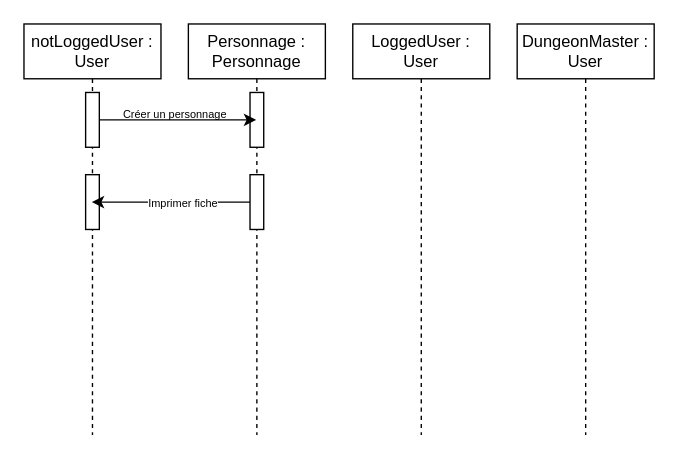
The draw.io diagram page "Sequence Diagram" (4 of 4) of coo_tp1_cas_utilisation.drawio in liestig/coo_ap5_tp, before the edit. Source tidied: cells renumbered, new cells numbered last; positions are measured from the earlier drawing's top-left corner, leaving out a move shared by most shapes. Both pictures are drawn from the tidied source at 137%, with x=0, y=0 at pixel (23, 23).
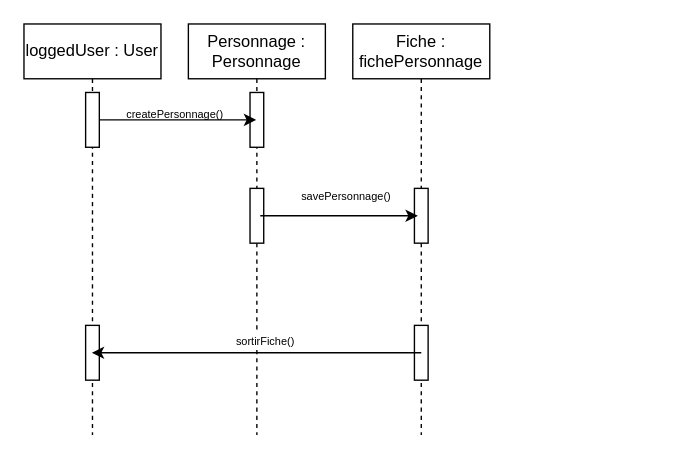
The same diagram, later.

Unchanged cells that the change refers to:
```xml
<mxCell id="5" value="Personnage : Personnage" style="shape=umlLifeline;perimeter=lifelinePerimeter;whiteSpace=wrap;html=1;outlineConnect=0;portConstraint=eastwest;newEdgeStyle={&quot;edgeStyle&quot;:&quot;elbowEdgeStyle&quot;,&quot;elbow&quot;:&quot;vertical&quot;,&quot;curved&quot;:0,&quot;rounded&quot;:0};" parent="1" vertex="1">
  <mxGeometry x="120" width="100" height="300" as="geometry" />
</mxCell>
```

Change to the diagram source:
```diff
@@
-    <mxCell id="2" value="notLoggedUser : User" style="shape=umlLifeline;perimeter=lifelinePerimeter;whiteSpace=wrap;html=1;outlineConnect=0;portConstraint=eastwest;newEdgeStyle={&quot;edgeStyle&quot;:&quot;elbowEdgeStyle&quot;,&quot;elbow&quot;:&quot;vertical&quot;,&quot;curved&quot;:0,&quot;rounded&quot;:0};" parent="1" vertex="1">
+    <mxCell id="2" value="loggedUser : User" style="shape=umlLifeline;perimeter=lifelinePerimeter;whiteSpace=wrap;html=1;outlineConnect=0;portConstraint=eastwest;newEdgeStyle={&quot;edgeStyle&quot;:&quot;elbowEdgeStyle&quot;,&quot;elbow&quot;:&quot;vertical&quot;,&quot;curved&quot;:0,&quot;rounded&quot;:0};" parent="1" vertex="1">
       <mxGeometry width="100" height="300" as="geometry" />
     </mxCell>
@@
     <mxCell id="4" style="html=1;perimeter=orthogonalPerimeter;targetShapes=umlLifeline;newEdgeStyle={&quot;curved&quot;:0,&quot;rounded&quot;:0};" parent="2" vertex="1">
-      <mxGeometry x="45" y="110" width="10" height="40" as="geometry" />
+      <mxGeometry x="45" y="220" width="10" height="40" as="geometry" />
     </mxCell>
@@
+    <mxCell id="14" style="html=1;perimeter=orthogonalPerimeter;targetShapes=umlLifeline;newEdgeStyle={&quot;curved&quot;:0,&quot;rounded&quot;:0};" parent="5" vertex="1">
+      <mxGeometry x="45" y="120" width="10" height="40" as="geometry" />
+    </mxCell>
+    <mxCell id="8" value="Fiche : fichePersonnage" style="shape=umlLifeline;perimeter=lifelinePerimeter;whiteSpace=wrap;html=1;newEdgeStyle={&quot;edgeStyle&quot;:&quot;elbowEdgeStyle&quot;,&quot;elbow&quot;:&quot;vertical&quot;,&quot;curved&quot;:0,&quot;rounded&quot;:0};" parent="1" vertex="1">
+      <mxGeometry x="240" width="100" height="300" as="geometry" />
+    </mxCell>
-    <mxCell id="7" style="html=1;points=[[0,0,0,0,5],[0,1,0,0,-5],[1,0,0,0,5],[1,1,0,0,-5]];perimeter=orthogonalPerimeter;outlineConnect=0;targetShapes=umlLifeline;portConstraint=eastwest;newEdgeStyle={&quot;curved&quot;:0,&quot;rounded&quot;:0};" parent="5" vertex="1">
-      <mxGeometry x="45" y="110" width="10" height="40" as="geometry" />
+    <mxCell id="7" style="html=1;points=[[0,0,0,0,5],[0,1,0,0,-5],[1,0,0,0,5],[1,1,0,0,-5]];perimeter=orthogonalPerimeter;outlineConnect=0;targetShapes=umlLifeline;portConstraint=eastwest;newEdgeStyle={&quot;curved&quot;:0,&quot;rounded&quot;:0};" parent="8" vertex="1">
+      <mxGeometry x="45" y="220" width="10" height="40" as="geometry" />
     </mxCell>
-    <mxCell id="8" value="LoggedUser : User" style="shape=umlLifeline;perimeter=lifelinePerimeter;whiteSpace=wrap;html=1;newEdgeStyle={&quot;edgeStyle&quot;:&quot;elbowEdgeStyle&quot;,&quot;elbow&quot;:&quot;vertical&quot;,&quot;curved&quot;:0,&quot;rounded&quot;:0};" parent="1" vertex="1">
-      <mxGeometry x="240" width="100" height="300" as="geometry" />
-    </mxCell>
-    <mxCell id="9" value="DungeonMaster : User" style="shape=umlLifeline;perimeter=lifelinePerimeter;whiteSpace=wrap;html=1;newEdgeStyle={&quot;edgeStyle&quot;:&quot;elbowEdgeStyle&quot;,&quot;elbow&quot;:&quot;vertical&quot;,&quot;curved&quot;:0,&quot;rounded&quot;:0};" parent="1" vertex="1">
-      <mxGeometry x="360" width="100" height="300" as="geometry" />
-    </mxCell>
+    <mxCell id="15" style="html=1;perimeter=orthogonalPerimeter;targetShapes=umlLifeline;newEdgeStyle={&quot;curved&quot;:0,&quot;rounded&quot;:0};" parent="8" vertex="1">
+      <mxGeometry x="45" y="120" width="10" height="40" as="geometry" />
+    </mxCell>
@@
-    <mxCell id="11" value="&lt;font style=&quot;font-size: 8px;&quot;&gt;Créer un personnage&lt;/font&gt;" style="text;html=1;align=center;verticalAlign=middle;strokeColor=none;fillColor=none;" parent="1" vertex="1">
-      <mxGeometry x="60" y="50" width="100" height="30" as="geometry" />
+    <mxCell id="11" value="&lt;font style=&quot;font-size: 8px;&quot;&gt;createPersonnage()&lt;/font&gt;" style="text;html=1;align=center;verticalAlign=middle;strokeColor=none;fillColor=none;" parent="1" vertex="1">
+      <mxGeometry x="65" y="50" width="90" height="30" as="geometry" />
     </mxCell>
-    <mxCell id="12" style="edgeStyle=orthogonalEdgeStyle;rounded=0;jettySize=auto;html=1;curved=0;" parent="1" edge="1" source="7" target="2">
+    <mxCell id="12" style="edgeStyle=orthogonalEdgeStyle;rounded=0;orthogonalLoop=1;jettySize=auto;html=1;curved=0;" parent="1" edge="1">
       <mxGeometry relative="1" as="geometry">
+        <mxPoint x="290" y="240" as="sourcePoint" />
+        <mxPoint x="49.5" y="240" as="targetPoint" />
         <Array as="points">
-          <mxPoint x="90" y="130" />
-          <mxPoint x="90" y="130" />
+          <mxPoint x="90" y="240" />
+          <mxPoint x="90" y="240" />
         </Array>
       </mxGeometry>
     </mxCell>
-    <mxCell id="13" value="&lt;font style=&quot;font-size: 8px;&quot;&gt;Imprimer fiche&lt;/font&gt;" style="edgeLabel;html=1;align=center;verticalAlign=middle;" parent="12" vertex="1">
-      <mxGeometry x="-0.13" y="-1" relative="1" as="geometry" />
+    <mxCell id="13" value="&lt;span style=&quot;font-size: 8px;&quot;&gt;sortirFiche()&lt;/span&gt;" style="edgeLabel;html=1;align=center;verticalAlign=middle;" parent="12" vertex="1">
+      <mxGeometry x="-0.13" y="-1" relative="1" as="geometry">
+        <mxPoint x="-10" y="-9" as="offset" />
+      </mxGeometry>
     </mxCell>
+    <mxCell id="16" value="&lt;span style=&quot;font-size: 8px;&quot;&gt;savePersonnage()&lt;/span&gt;" style="text;html=1;align=center;verticalAlign=middle;strokeColor=none;fillColor=none;" parent="1" vertex="1">
+      <mxGeometry x="190" y="110" width="90" height="30" as="geometry" />
+    </mxCell>
+    <mxCell id="17" style="edgeStyle=orthogonalEdgeStyle;rounded=0;orthogonalLoop=1;jettySize=auto;html=1;curved=0;" parent="1" edge="1">
+      <mxGeometry relative="1" as="geometry">
+        <mxPoint x="172.5" y="140" as="sourcePoint" />
+        <mxPoint x="287.5" y="140" as="targetPoint" />
+        <Array as="points">
+          <mxPoint x="247.5" y="140" />
+          <mxPoint x="247.5" y="140" />
+        </Array>
+      </mxGeometry>
+    </mxCell>
```
